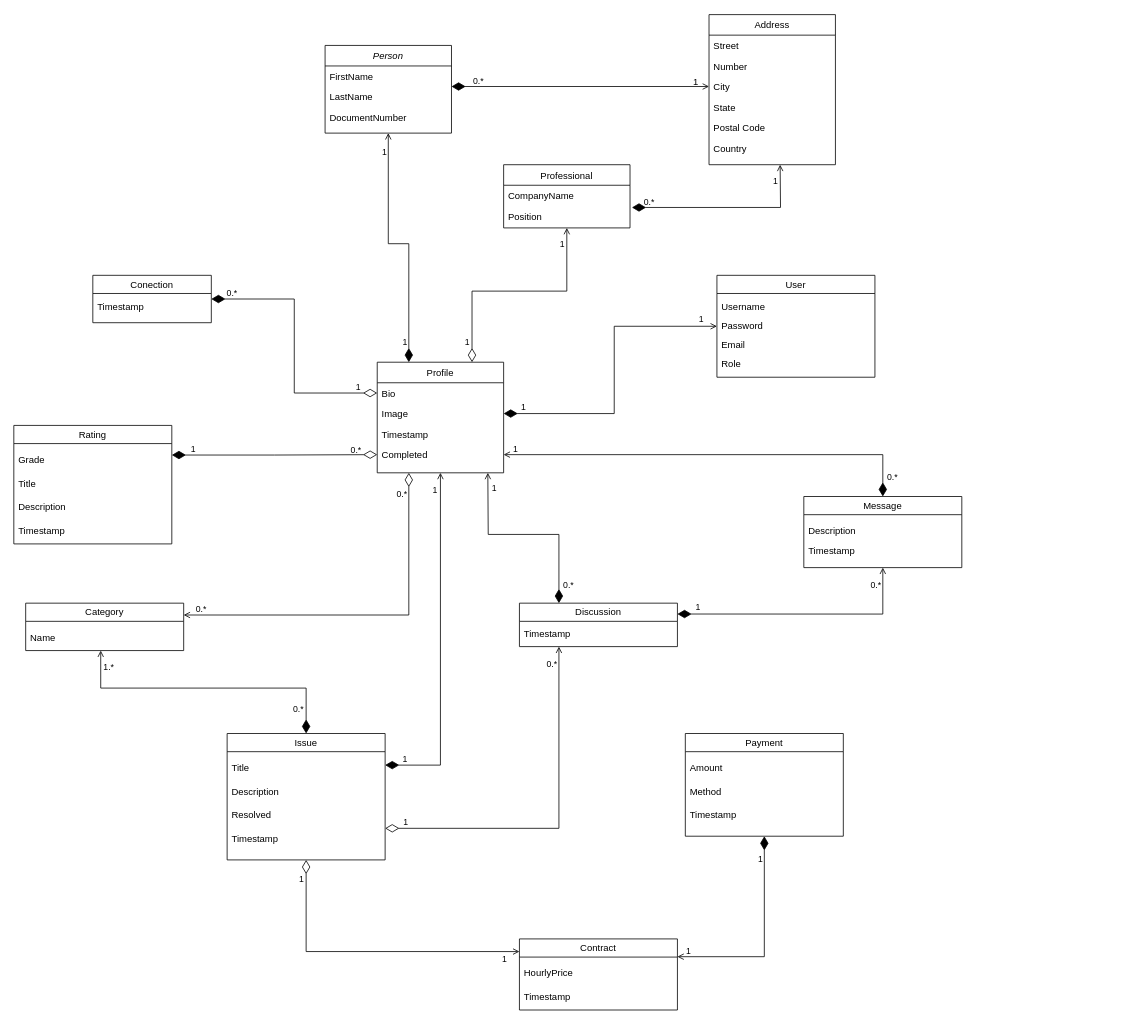
Before: shared/Diagrams.net/Class Diagram.drawio in messiasGeovani/specialister-docs, a draw.io diagram. Source tidied: cells renumbered, new cells numbered last; positions are measured from the earlier drawing's top-left corner, leaving out a move shared by most shapes. Both pictures are drawn from the tidied source at 79%, with x=0, y=0 at pixel (13, 14).
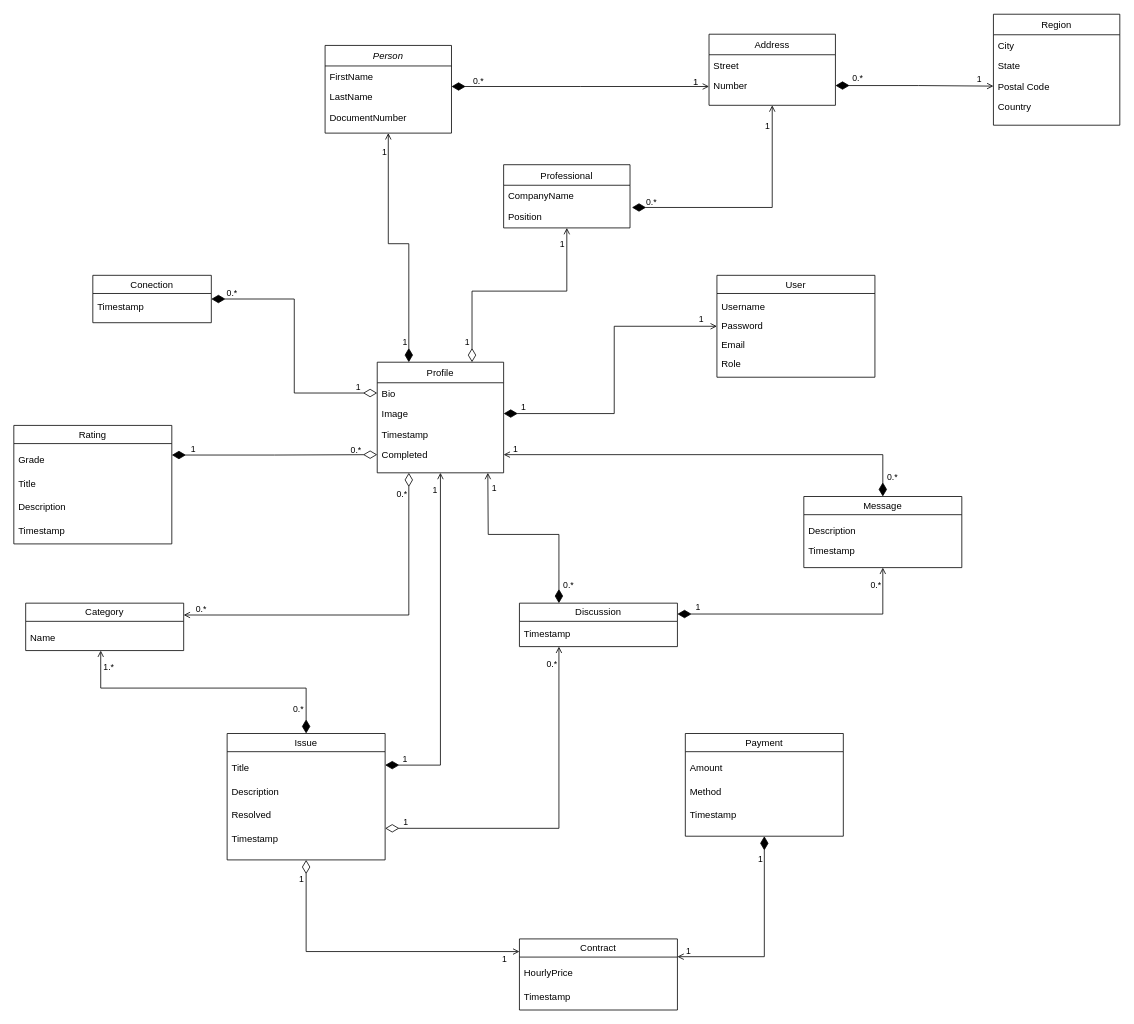
The same page after the edit.

The change refers to these unchanged cells:
```xml
<mxCell id="5" value="Person" style="swimlane;fontStyle=2;align=center;verticalAlign=top;horizontal=1;startSize=26;rounded=0;shadow=0;strokeWidth=1;" parent="1" vertex="1">
  <mxGeometry x="394" y="39" width="160" height="111" as="geometry" />
</mxCell>
<mxCell id="10" value="CompanyName" style="text;align=left;verticalAlign=top;spacingLeft=4;spacingRight=4;overflow=hidden;points=[[0,0.5],[1,0.5]];portConstraint=eastwest;" parent="9" vertex="1">
  <mxGeometry y="26" width="160" height="26" as="geometry" />
</mxCell>
<mxCell id="25" value="Number" style="text;align=left;verticalAlign=top;spacingLeft=4;spacingRight=4;overflow=hidden;points=[[0,0.5],[1,0.5]];portConstraint=eastwest;" parent="23" vertex="1">
  <mxGeometry y="52" width="160" height="26" as="geometry" />
</mxCell>
```

What changed in the source:
```diff
@@
     <mxCell id="23" value="Address" style="swimlane;fontStyle=0;align=center;verticalAlign=top;horizontal=1;startSize=26;rounded=0;shadow=0;strokeWidth=1;" parent="1" vertex="1">
-      <mxGeometry x="880" width="160" height="190" as="geometry" />
+      <mxGeometry x="880" y="24.8" width="160" height="90" as="geometry" />
     </mxCell>
@@
-    <mxCell id="26" value="City" style="text;align=left;verticalAlign=top;spacingLeft=4;spacingRight=4;overflow=hidden;points=[[0,0.5],[1,0.5]];portConstraint=eastwest;rounded=0;shadow=0;html=0;" parent="23" vertex="1">
-      <mxGeometry y="78" width="160" height="26" as="geometry" />
-    </mxCell>
-    <mxCell id="27" value="State" style="text;align=left;verticalAlign=top;spacingLeft=4;spacingRight=4;overflow=hidden;rounded=0;shadow=0;html=0;" parent="23" vertex="1">
-      <mxGeometry y="104" width="160" height="26" as="geometry" />
-    </mxCell>
-    <mxCell id="28" value="Postal Code" style="text;align=left;verticalAlign=top;spacingLeft=4;spacingRight=4;overflow=hidden;points=[[0,0.5],[1,0.5]];portConstraint=eastwest;rounded=0;shadow=0;html=0;" parent="23" vertex="1">
-      <mxGeometry y="130" width="160" height="26" as="geometry" />
-    </mxCell>
-    <mxCell id="29" value="Country" style="text;align=left;verticalAlign=top;spacingLeft=4;spacingRight=4;overflow=hidden;rounded=0;shadow=0;html=0;" parent="23" vertex="1">
-      <mxGeometry y="156" width="160" height="26" as="geometry" />
-    </mxCell>
-    <mxCell id="30" style="endArrow=open;shadow=0;strokeWidth=1;rounded=0;endFill=1;edgeStyle=elbowEdgeStyle;elbow=vertical;fontFamily=Helvetica;entryX=0;entryY=0.5;entryDx=0;entryDy=0;startArrow=diamondThin;startFill=1;startSize=15;" parent="1" edge="1" source="5" target="26">
+    <mxCell id="30" style="endArrow=open;shadow=0;strokeWidth=1;rounded=0;endFill=1;edgeStyle=elbowEdgeStyle;elbow=vertical;fontFamily=Helvetica;entryX=0;entryY=0.5;entryDx=0;entryDy=0;startArrow=diamondThin;startFill=1;startSize=15;" parent="1" edge="1" source="5">
       <mxGeometry x="0.5" y="41" relative="1" as="geometry">
+        <mxPoint x="880" y="91" as="targetPoint" />
         <mxPoint x="-40" y="32" as="offset" />
       </mxGeometry>
     </mxCell>
@@
-    <mxCell id="33" style="edgeStyle=orthogonalEdgeStyle;rounded=0;jettySize=auto;html=1;endArrow=open;endFill=0;exitX=1.015;exitY=1.082;exitDx=0;exitDy=0;exitPerimeter=0;startArrow=diamondThin;startFill=1;startSize=15;" parent="1" edge="1" source="10">
-      <mxGeometry relative="1" as="geometry">
-        <mxPoint x="970" y="190" as="targetPoint" />
-      </mxGeometry>
+    <mxCell id="33" style="edgeStyle=orthogonalEdgeStyle;rounded=0;jettySize=auto;html=1;endArrow=open;endFill=0;exitX=1.015;exitY=1.082;exitDx=0;exitDy=0;exitPerimeter=0;startArrow=diamondThin;startFill=1;startSize=15;entryX=0.5;entryY=1;entryDx=0;entryDy=0;" parent="1" edge="1" source="10" target="23">
+      <mxGeometry relative="1" as="geometry" />
     </mxCell>
@@
+    <mxCell id="100" value="Region" style="swimlane;fontStyle=0;align=center;verticalAlign=top;horizontal=1;startSize=26;rounded=0;shadow=0;strokeWidth=1;" parent="1" vertex="1">
+      <mxGeometry x="1240" y="-0.5" width="160" height="140.5" as="geometry" />
+    </mxCell>
+    <mxCell id="26" value="City" style="text;align=left;verticalAlign=top;spacingLeft=4;spacingRight=4;overflow=hidden;points=[[0,0.5],[1,0.5]];portConstraint=eastwest;rounded=0;shadow=0;html=0;" parent="100" vertex="1">
+      <mxGeometry y="26" width="160" height="26" as="geometry" />
+    </mxCell>
+    <mxCell id="27" value="State" style="text;align=left;verticalAlign=top;spacingLeft=4;spacingRight=4;overflow=hidden;rounded=0;shadow=0;html=0;" parent="100" vertex="1">
+      <mxGeometry y="52" width="160" height="26" as="geometry" />
+    </mxCell>
+    <mxCell id="28" value="Postal Code" style="text;align=left;verticalAlign=top;spacingLeft=4;spacingRight=4;overflow=hidden;points=[[0,0.5],[1,0.5]];portConstraint=eastwest;rounded=0;shadow=0;html=0;" parent="100" vertex="1">
+      <mxGeometry y="78" width="160" height="26" as="geometry" />
+    </mxCell>
+    <mxCell id="29" value="Country" style="text;align=left;verticalAlign=top;spacingLeft=4;spacingRight=4;overflow=hidden;rounded=0;shadow=0;html=0;" parent="100" vertex="1">
+      <mxGeometry y="104" width="160" height="26" as="geometry" />
+    </mxCell>
+    <mxCell id="101" style="edgeStyle=orthogonalEdgeStyle;rounded=0;jettySize=auto;html=1;exitX=1;exitY=0.5;exitDx=0;exitDy=0;entryX=0;entryY=0.5;entryDx=0;entryDy=0;endArrow=open;endFill=0;startArrow=diamondThin;startFill=1;startSize=15;" parent="1" edge="1" source="25" target="28">
+      <mxGeometry relative="1" as="geometry" />
+    </mxCell>
+    <mxCell id="102" value="0.*" style="edgeLabel;html=1;align=center;verticalAlign=middle;labelBackgroundColor=none;" parent="101" vertex="1">
+      <mxGeometry x="-0.8" y="2" relative="1" as="geometry">
+        <mxPoint x="7" y="-7" as="offset" />
+      </mxGeometry>
+    </mxCell>
+    <mxCell id="103" value="1" style="edgeLabel;html=1;align=center;verticalAlign=middle;labelBackgroundColor=none;" parent="101" vertex="1">
+      <mxGeometry x="0.8" y="3" relative="1" as="geometry">
+        <mxPoint x="1" y="-6" as="offset" />
+      </mxGeometry>
+    </mxCell>
```
